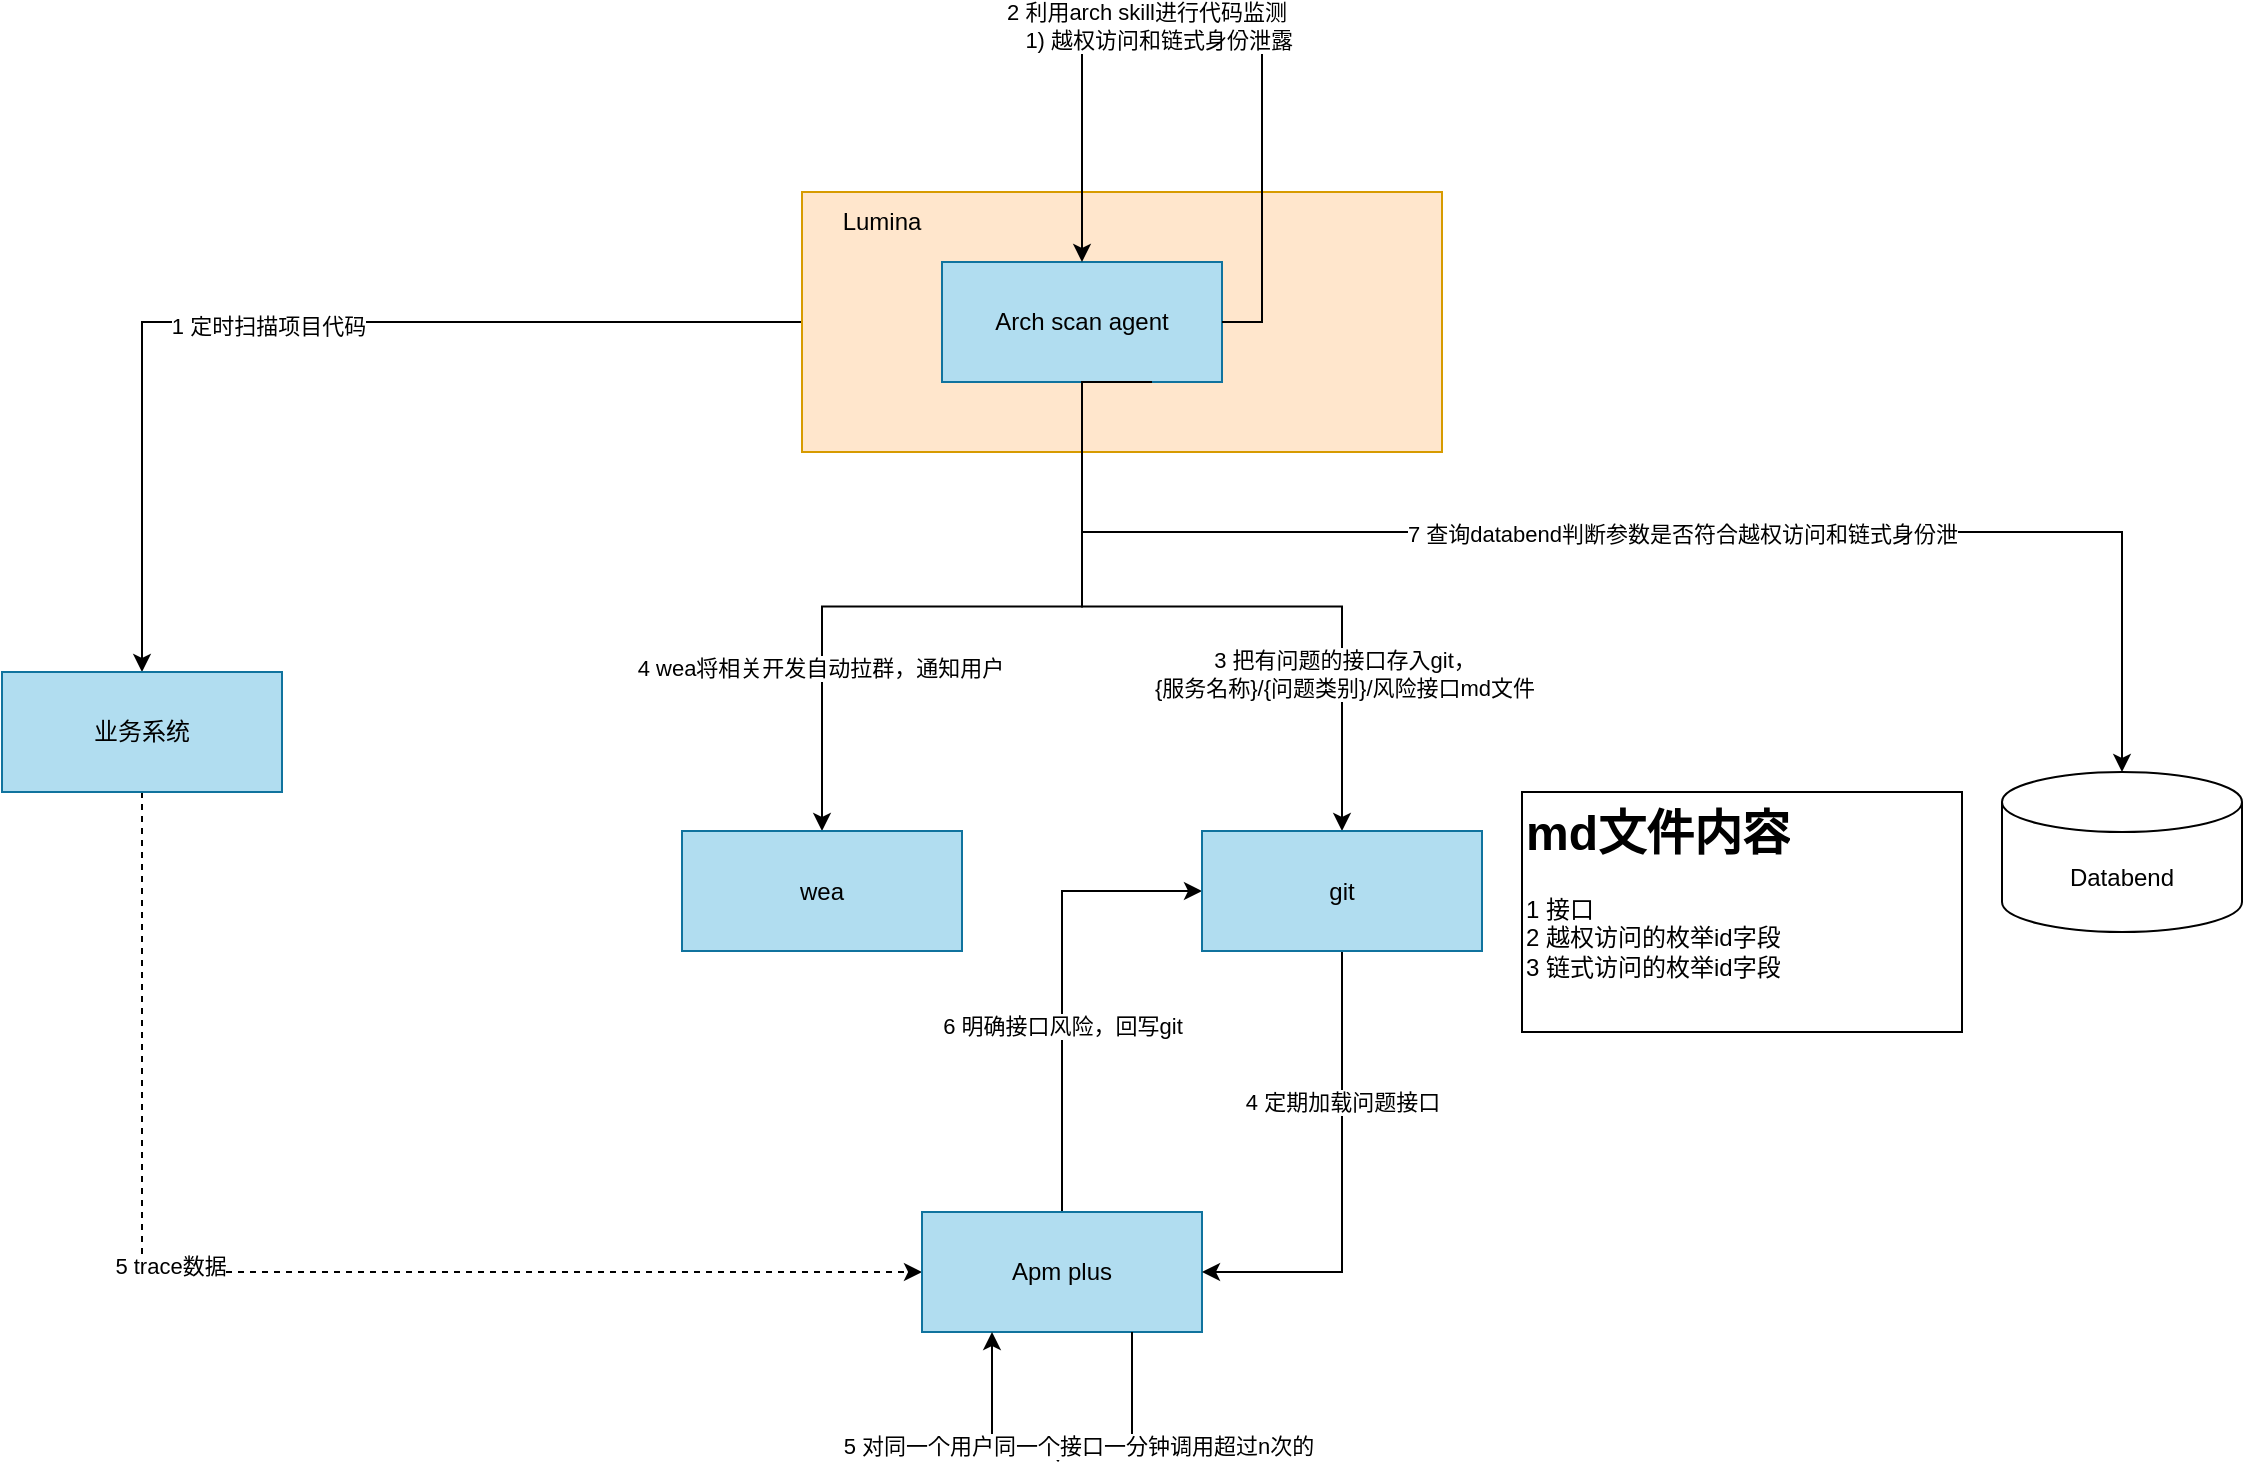
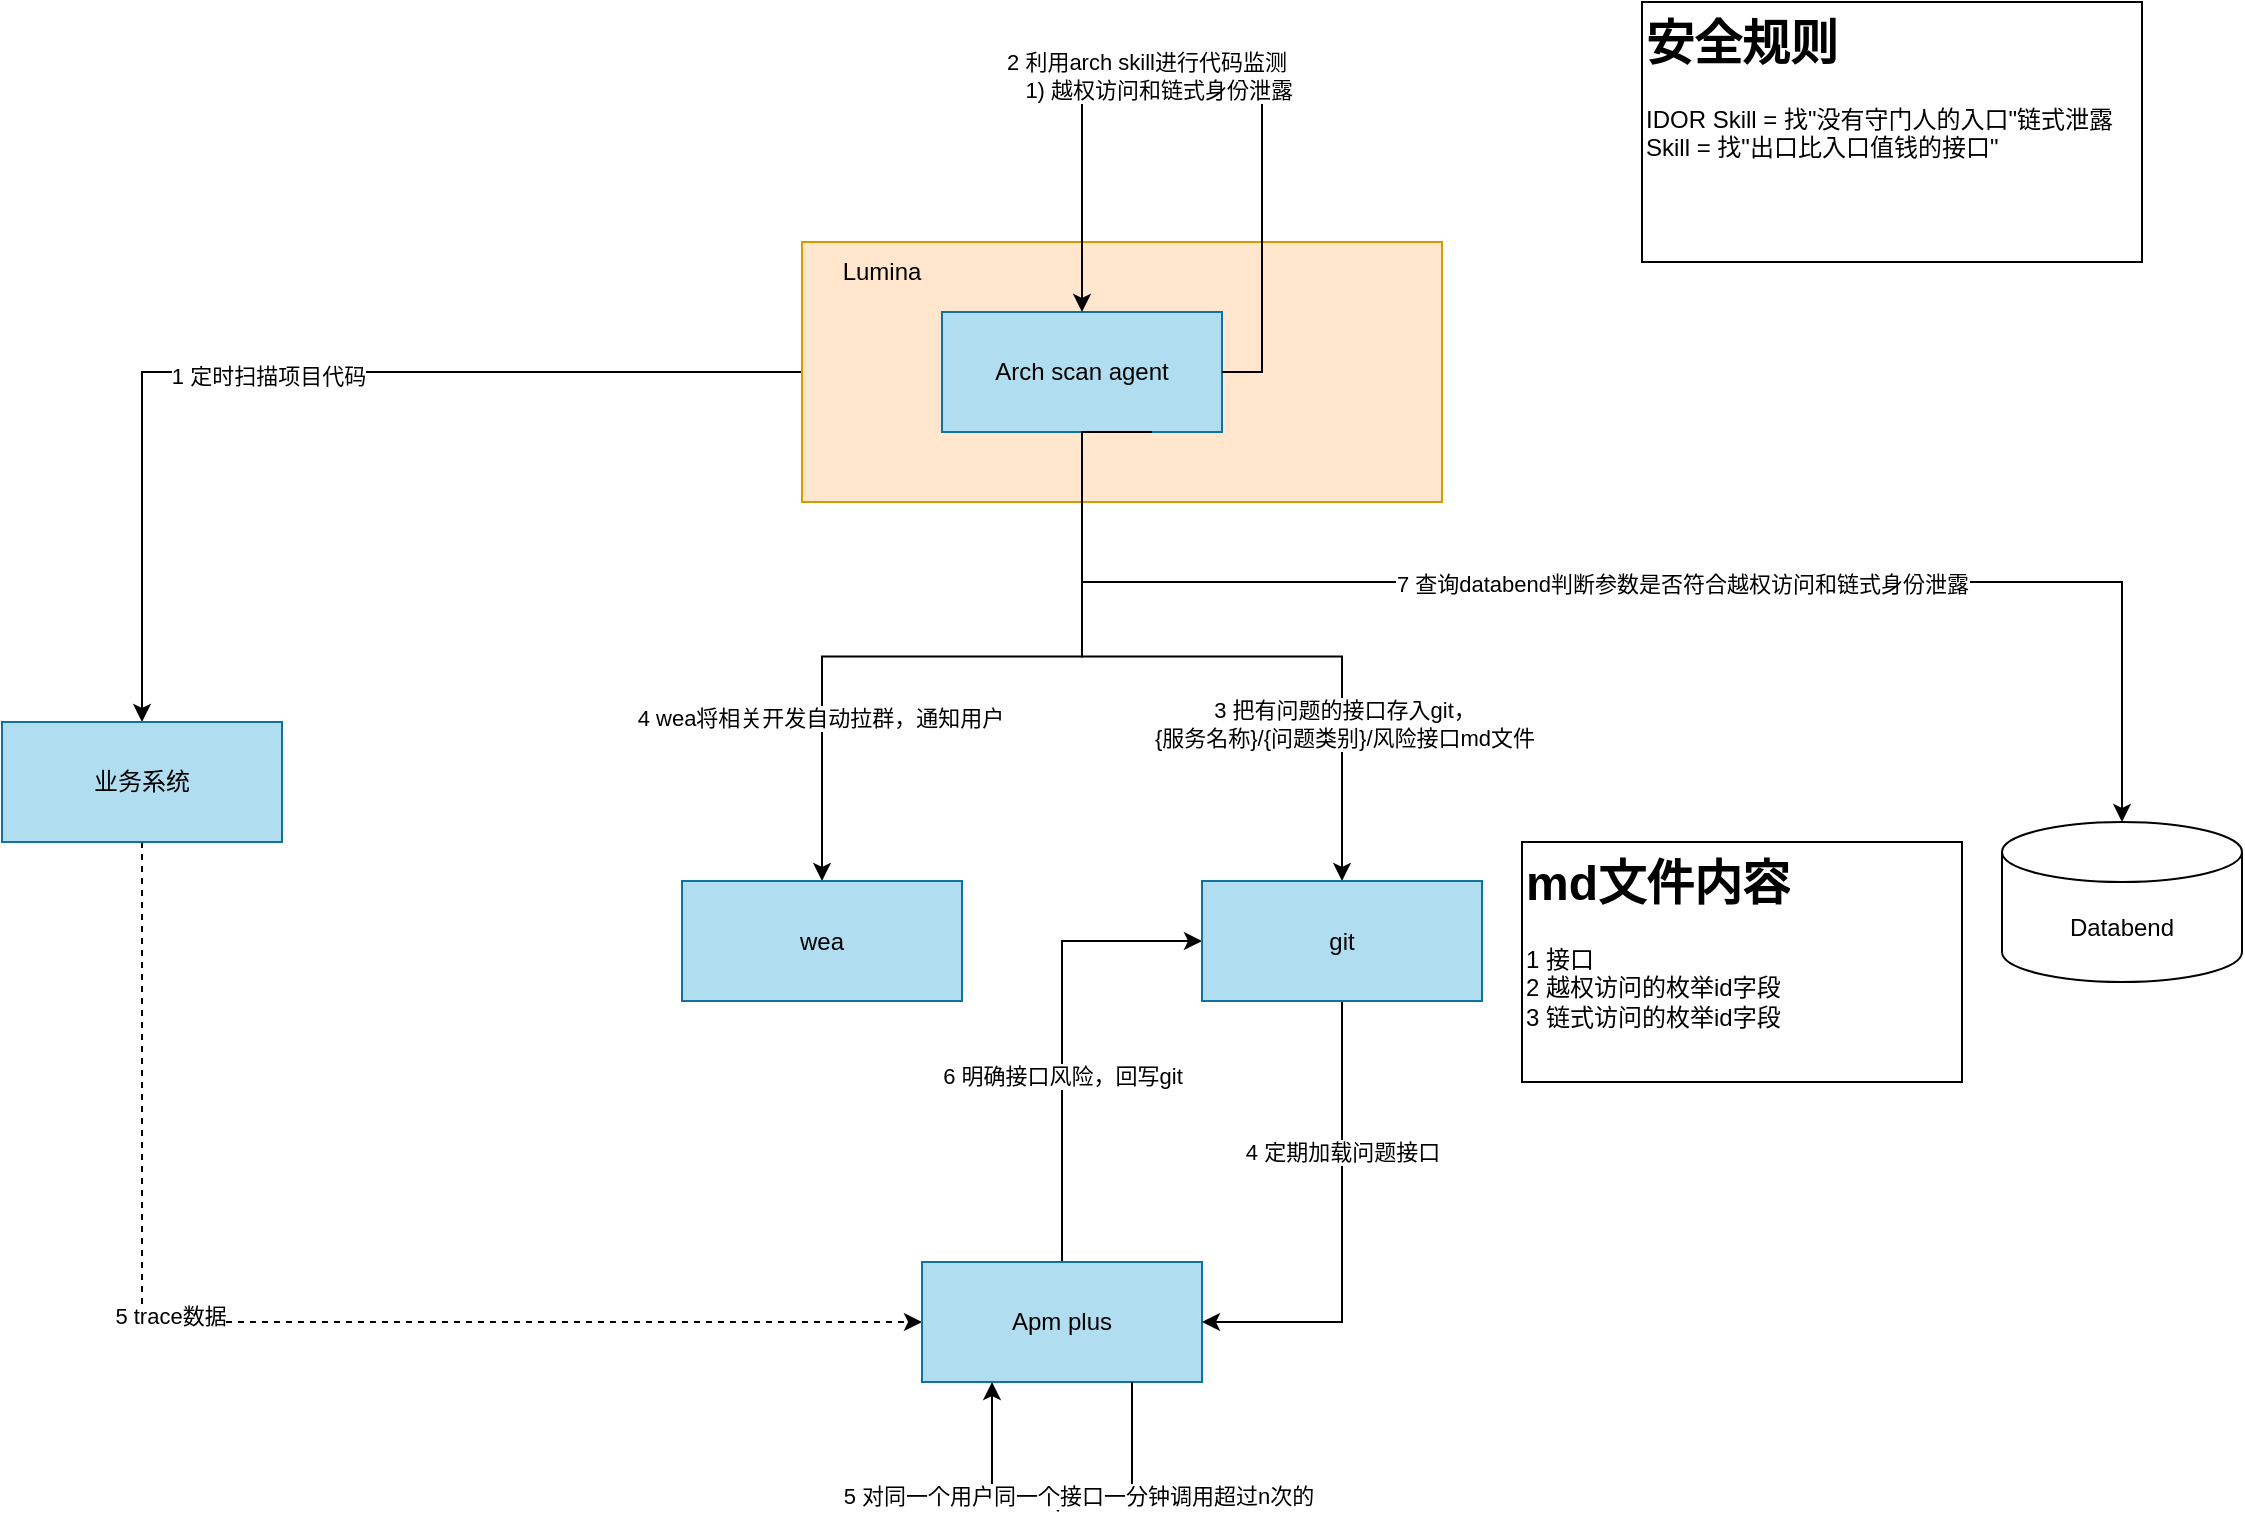
<mxfile host="app.diagrams.net">
  <diagram name="第 1 页" id="v4d0oD99BJNh_s1QToVL">
    <mxGraphModel dx="1222" dy="764" grid="1" gridSize="10" guides="1" tooltips="1" connect="1" arrows="1" fold="1" page="1" pageScale="1" pageWidth="3300" pageHeight="2339" math="0" shadow="0">
      <root>
        <mxCell id="0" />
        <mxCell id="1" parent="0" />
        <mxCell id="BZSGkBbcOcEUag34DBB_-2" edge="1" parent="1" source="SJECwPXb0EPlWWx2axZS-5" style="edgeStyle=orthogonalEdgeStyle;rounded=0;orthogonalLoop=1;jettySize=auto;html=1;exitX=0;exitY=0.5;exitDx=0;exitDy=0;" target="BZSGkBbcOcEUag34DBB_-1">
          <mxGeometry relative="1" as="geometry" />
        </mxCell>
        <mxCell id="BZSGkBbcOcEUag34DBB_-9" connectable="0" parent="BZSGkBbcOcEUag34DBB_-2" style="edgeLabel;html=1;align=center;verticalAlign=middle;resizable=0;points=[];" value="1 定时扫描项目代码" vertex="1">
          <mxGeometry relative="1" x="0.0582" y="2" as="geometry">
            <mxPoint as="offset" />
          </mxGeometry>
        </mxCell>
        <mxCell id="SJECwPXb0EPlWWx2axZS-5" parent="1" style="rounded=0;whiteSpace=wrap;html=1;fillColor=#ffe6cc;strokeColor=#d79b00;" value="" vertex="1">
          <mxGeometry height="130" width="320" x="530" y="160" as="geometry" />
        </mxCell>
        <mxCell id="BZSGkBbcOcEUag34DBB_-19" edge="1" parent="1" source="BZSGkBbcOcEUag34DBB_-1" style="edgeStyle=orthogonalEdgeStyle;rounded=0;orthogonalLoop=1;jettySize=auto;html=1;exitX=0.5;exitY=1;exitDx=0;exitDy=0;entryX=0;entryY=0.5;entryDx=0;entryDy=0;dashed=1;" target="BZSGkBbcOcEUag34DBB_-3">
          <mxGeometry relative="1" as="geometry" />
        </mxCell>
        <mxCell id="BZSGkBbcOcEUag34DBB_-20" connectable="0" parent="BZSGkBbcOcEUag34DBB_-19" style="edgeLabel;html=1;align=center;verticalAlign=middle;resizable=0;points=[];" value="5 trace数据" vertex="1">
          <mxGeometry relative="1" x="-0.1937" y="3" as="geometry">
            <mxPoint as="offset" />
          </mxGeometry>
        </mxCell>
        <mxCell id="BZSGkBbcOcEUag34DBB_-1" parent="1" style="rounded=0;whiteSpace=wrap;html=1;fillColor=#b1ddf0;strokeColor=#10739e;" value="业务系统" vertex="1">
          <mxGeometry height="60" width="140" x="130" y="400" as="geometry" />
        </mxCell>
        <mxCell id="BZSGkBbcOcEUag34DBB_-23" edge="1" parent="1" source="BZSGkBbcOcEUag34DBB_-3" style="edgeStyle=orthogonalEdgeStyle;rounded=0;orthogonalLoop=1;jettySize=auto;html=1;exitX=0.5;exitY=0;exitDx=0;exitDy=0;entryX=0;entryY=0.5;entryDx=0;entryDy=0;" target="BZSGkBbcOcEUag34DBB_-6">
          <mxGeometry relative="1" as="geometry" />
        </mxCell>
        <mxCell id="BZSGkBbcOcEUag34DBB_-24" connectable="0" parent="BZSGkBbcOcEUag34DBB_-23" style="edgeLabel;html=1;align=center;verticalAlign=middle;resizable=0;points=[];" value="6 明确接口风险，回写git" vertex="1">
          <mxGeometry relative="1" x="-0.1931" as="geometry">
            <mxPoint as="offset" />
          </mxGeometry>
        </mxCell>
        <mxCell id="BZSGkBbcOcEUag34DBB_-3" parent="1" style="rounded=0;whiteSpace=wrap;html=1;fillColor=#b1ddf0;strokeColor=#10739e;" value="Apm plus" vertex="1">
          <mxGeometry height="60" width="140" x="590" y="670" as="geometry" />
        </mxCell>
        <mxCell id="BZSGkBbcOcEUag34DBB_-7" edge="1" parent="1" source="SJECwPXb0EPlWWx2axZS-4" style="edgeStyle=orthogonalEdgeStyle;rounded=0;orthogonalLoop=1;jettySize=auto;html=1;exitX=0.5;exitY=1;exitDx=0;exitDy=0;" target="BZSGkBbcOcEUag34DBB_-6">
          <mxGeometry relative="1" as="geometry" />
        </mxCell>
        <mxCell id="BZSGkBbcOcEUag34DBB_-14" connectable="0" parent="BZSGkBbcOcEUag34DBB_-7" style="edgeLabel;html=1;align=center;verticalAlign=middle;resizable=0;points=[];" value="3 把有问题的接口存入git，&lt;div&gt;{服务名称}/&lt;span style=&quot;background-color: light-dark(#ffffff, var(--ge-dark-color, #121212)); color: light-dark(rgb(0, 0, 0), rgb(255, 255, 255));&quot;&gt;{问题类别}/风险接口md文件&lt;/span&gt;&lt;/div&gt;" vertex="1">
          <mxGeometry relative="1" x="0.0845" y="1" as="geometry">
            <mxPoint x="51" y="34" as="offset" />
          </mxGeometry>
        </mxCell>
        <mxCell id="BZSGkBbcOcEUag34DBB_-8" edge="1" parent="1" source="SJECwPXb0EPlWWx2axZS-4" style="edgeStyle=orthogonalEdgeStyle;rounded=0;orthogonalLoop=1;jettySize=auto;html=1;exitX=0.5;exitY=1;exitDx=0;exitDy=0;" target="BZSGkBbcOcEUag34DBB_-5">
          <mxGeometry relative="1" as="geometry" />
        </mxCell>
        <mxCell id="BZSGkBbcOcEUag34DBB_-15" connectable="0" parent="BZSGkBbcOcEUag34DBB_-8" style="edgeLabel;html=1;align=center;verticalAlign=middle;resizable=0;points=[];" value="4 wea将相关开发自动拉群，通知用户" vertex="1">
          <mxGeometry relative="1" x="0.538" y="-1" as="geometry">
            <mxPoint as="offset" />
          </mxGeometry>
        </mxCell>
        <mxCell id="SJECwPXb0EPlWWx2axZS-4" parent="1" style="rounded=0;whiteSpace=wrap;html=1;fillColor=#b1ddf0;strokeColor=#10739e;" value="Arch scan agent" vertex="1">
          <mxGeometry height="60" width="140" x="600" y="195" as="geometry" />
        </mxCell>
        <mxCell id="BZSGkBbcOcEUag34DBB_-4" parent="1" style="text;html=1;whiteSpace=wrap;strokeColor=none;fillColor=none;align=center;verticalAlign=middle;rounded=0;" value="Lumina" vertex="1">
          <mxGeometry height="30" width="60" x="540" y="160" as="geometry" />
        </mxCell>
        <mxCell id="BZSGkBbcOcEUag34DBB_-5" parent="1" style="rounded=0;whiteSpace=wrap;html=1;fillColor=#b1ddf0;strokeColor=#10739e;" value="wea" vertex="1">
          <mxGeometry height="60" width="140" x="470" y="479.5" as="geometry" />
        </mxCell>
        <mxCell id="BZSGkBbcOcEUag34DBB_-17" edge="1" parent="1" source="BZSGkBbcOcEUag34DBB_-6" style="edgeStyle=orthogonalEdgeStyle;rounded=0;orthogonalLoop=1;jettySize=auto;html=1;exitX=0.5;exitY=1;exitDx=0;exitDy=0;entryX=1;entryY=0.5;entryDx=0;entryDy=0;" target="BZSGkBbcOcEUag34DBB_-3">
          <mxGeometry relative="1" as="geometry" />
        </mxCell>
        <mxCell id="BZSGkBbcOcEUag34DBB_-18" connectable="0" parent="BZSGkBbcOcEUag34DBB_-17" style="edgeLabel;html=1;align=center;verticalAlign=middle;resizable=0;points=[];" value="4 定期加载问题接口" vertex="1">
          <mxGeometry relative="1" x="-0.3536" as="geometry">
            <mxPoint y="1" as="offset" />
          </mxGeometry>
        </mxCell>
        <mxCell id="BZSGkBbcOcEUag34DBB_-6" parent="1" style="rounded=0;whiteSpace=wrap;html=1;fillColor=#b1ddf0;strokeColor=#10739e;" value="git" vertex="1">
          <mxGeometry height="60" width="140" x="730" y="479.5" as="geometry" />
        </mxCell>
        <mxCell id="BZSGkBbcOcEUag34DBB_-12" edge="1" parent="1" source="SJECwPXb0EPlWWx2axZS-4" style="edgeStyle=orthogonalEdgeStyle;rounded=0;orthogonalLoop=1;jettySize=auto;html=1;exitX=1;exitY=0.5;exitDx=0;exitDy=0;entryX=0.5;entryY=0;entryDx=0;entryDy=0;" target="SJECwPXb0EPlWWx2axZS-4">
          <mxGeometry relative="1" as="geometry">
            <Array as="points">
              <mxPoint x="760" y="225" />
              <mxPoint x="760" y="80" />
              <mxPoint x="670" y="80" />
            </Array>
          </mxGeometry>
        </mxCell>
        <mxCell id="BZSGkBbcOcEUag34DBB_-13" connectable="0" parent="BZSGkBbcOcEUag34DBB_-12" style="edgeLabel;html=1;align=center;verticalAlign=middle;resizable=0;points=[];" value="2 利用arch skill进行代码监测&lt;div&gt;&amp;nbsp; &amp;nbsp; 1) 越权访问和链式身份泄露&lt;/div&gt;" vertex="1">
          <mxGeometry relative="1" x="0.2054" y="-3" as="geometry">
            <mxPoint as="offset" />
          </mxGeometry>
        </mxCell>
        <mxCell id="BZSGkBbcOcEUag34DBB_-21" edge="1" parent="1" source="BZSGkBbcOcEUag34DBB_-3" style="edgeStyle=orthogonalEdgeStyle;rounded=0;orthogonalLoop=1;jettySize=auto;html=1;exitX=0.75;exitY=1;exitDx=0;exitDy=0;entryX=0.25;entryY=1;entryDx=0;entryDy=0;" target="BZSGkBbcOcEUag34DBB_-3" value="、">
          <mxGeometry relative="1" as="geometry">
            <Array as="points">
              <mxPoint x="695" y="790" />
              <mxPoint x="625" y="790" />
            </Array>
          </mxGeometry>
        </mxCell>
        <mxCell id="BZSGkBbcOcEUag34DBB_-22" connectable="0" parent="BZSGkBbcOcEUag34DBB_-21" style="edgeLabel;html=1;align=center;verticalAlign=middle;resizable=0;points=[];" value="5 对同一个用户同一个接口一分钟调用超过n次的" vertex="1">
          <mxGeometry relative="1" x="-0.0842" y="-3" as="geometry">
            <mxPoint as="offset" />
          </mxGeometry>
        </mxCell>
        <mxCell id="BZSGkBbcOcEUag34DBB_-26" parent="1" style="text;html=1;whiteSpace=wrap;overflow=hidden;rounded=0;strokeColor=default;" value="&lt;h1 style=&quot;margin-top: 0px;&quot;&gt;md文件内容&lt;/h1&gt;&lt;p&gt;1 接口&lt;br&gt;2 越权访问的枚举id字段&lt;br&gt;3 链式访问的&lt;span style=&quot;background-color: transparent; color: light-dark(rgb(0, 0, 0), rgb(255, 255, 255));&quot;&gt;枚举id字段&lt;/span&gt;&lt;/p&gt;" vertex="1">
          <mxGeometry height="120" width="220" x="890" y="460" as="geometry" />
        </mxCell>
        <mxCell id="BZSGkBbcOcEUag34DBB_-27" parent="1" style="shape=cylinder3;whiteSpace=wrap;html=1;boundedLbl=1;backgroundOutline=1;size=15;" value="Databend" vertex="1">
          <mxGeometry height="80" width="120" x="1130" y="450" as="geometry" />
        </mxCell>
        <mxCell id="BZSGkBbcOcEUag34DBB_-30" edge="1" parent="1" source="SJECwPXb0EPlWWx2axZS-4" style="edgeStyle=orthogonalEdgeStyle;rounded=0;orthogonalLoop=1;jettySize=auto;html=1;exitX=0.75;exitY=1;exitDx=0;exitDy=0;entryX=0.5;entryY=0;entryDx=0;entryDy=0;entryPerimeter=0;" target="BZSGkBbcOcEUag34DBB_-27">
          <mxGeometry relative="1" as="geometry">
            <Array as="points">
              <mxPoint x="670" y="255" />
              <mxPoint x="670" y="330" />
              <mxPoint x="1190" y="330" />
            </Array>
          </mxGeometry>
        </mxCell>
-         <mxCell id="BZSGkBbcOcEUag34DBB_-31" connectable="0" parent="BZSGkBbcOcEUag34DBB_-30" style="edgeLabel;html=1;align=center;verticalAlign=middle;resizable=0;points=[];" value="7 查询databend判断参数是否符合越权访问和链式身份泄" vertex="1">
+         <mxCell id="BZSGkBbcOcEUag34DBB_-31" connectable="0" parent="BZSGkBbcOcEUag34DBB_-30" style="edgeLabel;html=1;align=center;verticalAlign=middle;resizable=0;points=[];" value="7 查询databend判断参数是否符合越权访问和链式身份泄露" vertex="1">
          <mxGeometry relative="1" x="-0.1573" y="-1" as="geometry">
            <mxPoint x="94" as="offset" />
          </mxGeometry>
+         </mxCell>
+         <mxCell id="BZSGkBbcOcEUag34DBB_-32" parent="1" style="text;html=1;whiteSpace=wrap;overflow=hidden;rounded=0;strokeColor=default;" value="&lt;h1 style=&quot;margin-top: 0px;&quot;&gt;安全规则&lt;/h1&gt;&lt;p&gt;IDOR Skill = 找&quot;没有守门人的入口&quot;&lt;span style=&quot;background-color: transparent; color: light-dark(rgb(0, 0, 0), rgb(255, 255, 255));&quot;&gt;链式泄露 Skill = 找&quot;出口比入口值钱的接口&quot;&lt;/span&gt;&lt;/p&gt;" vertex="1">
+           <mxGeometry height="130" width="250" x="950" y="40" as="geometry" />
        </mxCell>
      </root>
    </mxGraphModel>
  </diagram>
</mxfile>
